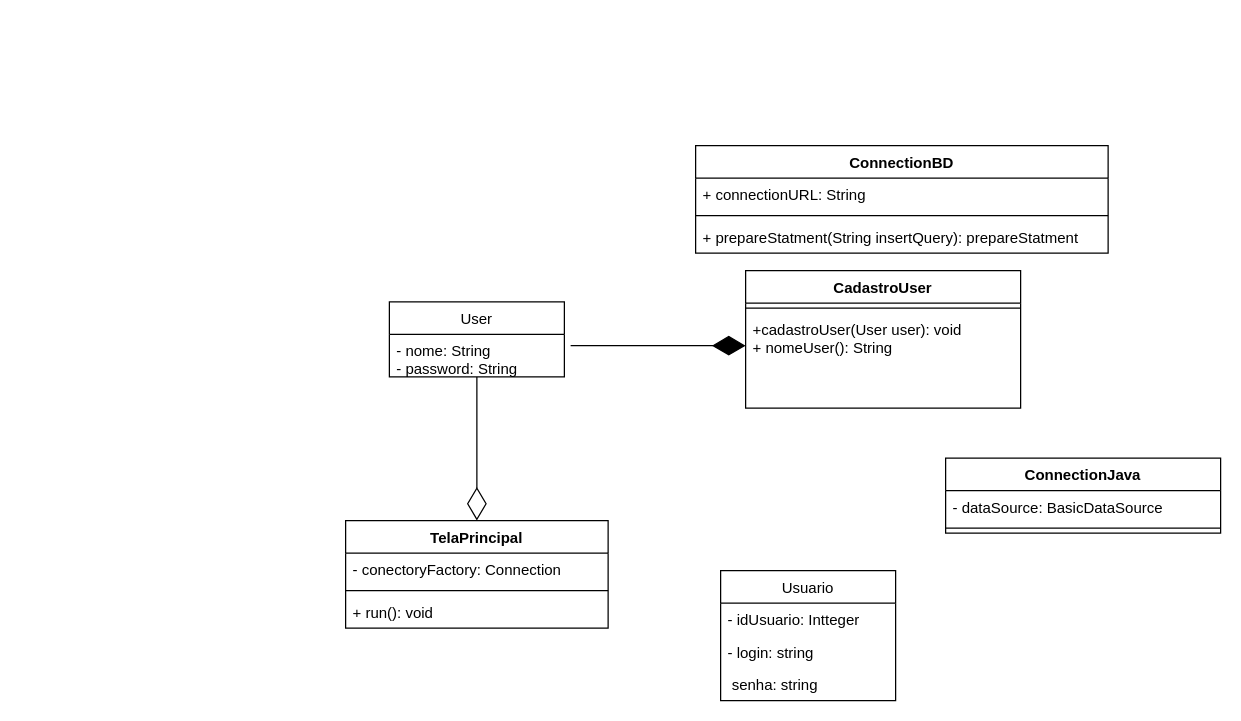
sergioetrindade/GRUPO-10-2ADSA keeps this draw.io diagram as Documentação/negócio/fadediagrama.drawio. Above is the earlier version. Source tidied: cells renumbered, new cells numbered last; positions are measured from the earlier drawing's top-left corner, leaving out a move shared by most shapes. Both pictures are drawn from the tidied source at 125%, with x=0, y=0 at pixel (345, 145).
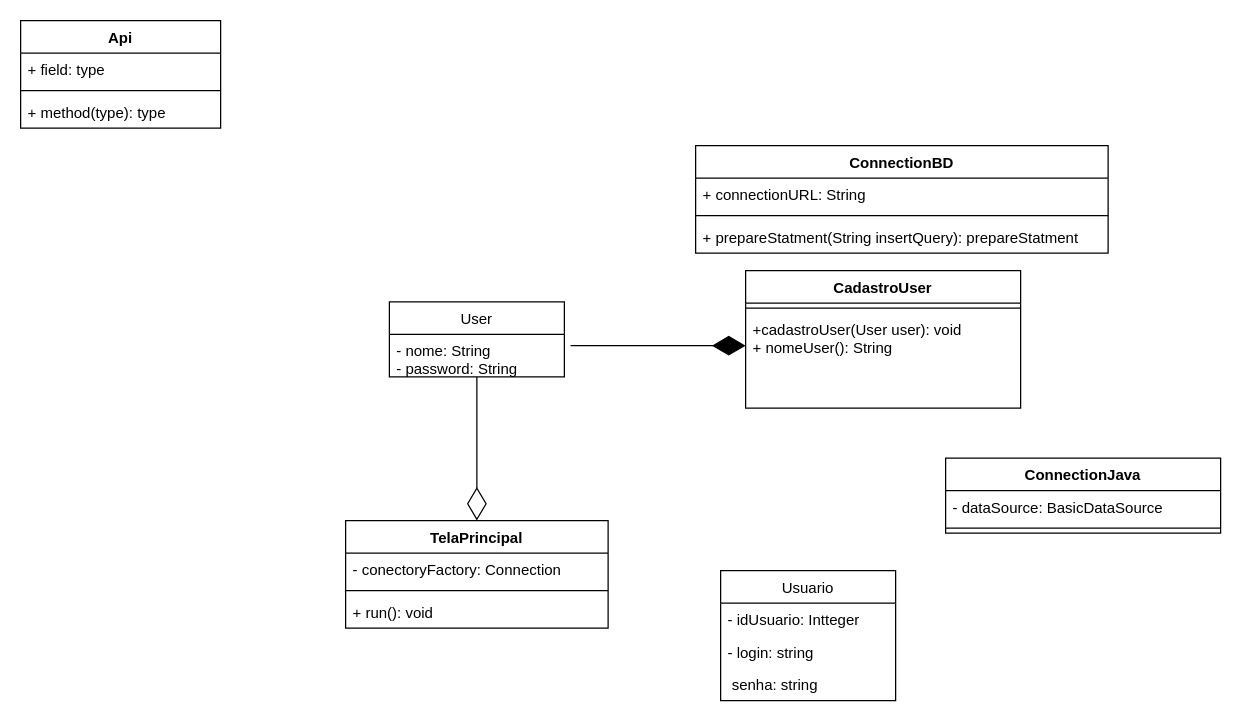
After the change.

Change to the diagram source:
```diff
@@
+    <mxCell id="24" value="Api" style="swimlane;fontStyle=1;align=center;verticalAlign=top;horizontal=1;startSize=26;" parent="1" vertex="1">
+      <mxGeometry x="-260" y="-100" width="160" height="86" as="geometry" />
+    </mxCell>
+    <mxCell id="25" value="+ field: type" style="text;strokeColor=none;fillColor=none;align=left;verticalAlign=top;spacingLeft=4;spacingRight=4;overflow=hidden;" parent="24" vertex="1">
+      <mxGeometry y="26" width="160" height="26" as="geometry" />
+    </mxCell>
+    <mxCell id="26" style="line;strokeWidth=1;fillColor=none;align=left;verticalAlign=middle;spacingTop=-1;spacingLeft=3;spacingRight=3;labelPosition=right;" parent="24" vertex="1">
+      <mxGeometry y="52" width="160" height="8" as="geometry" />
+    </mxCell>
+    <mxCell id="27" value="+ method(type): type" style="text;strokeColor=none;fillColor=none;align=left;verticalAlign=top;spacingLeft=4;spacingRight=4;overflow=hidden;" parent="24" vertex="1">
+      <mxGeometry y="60" width="160" height="26" as="geometry" />
+    </mxCell>
```
